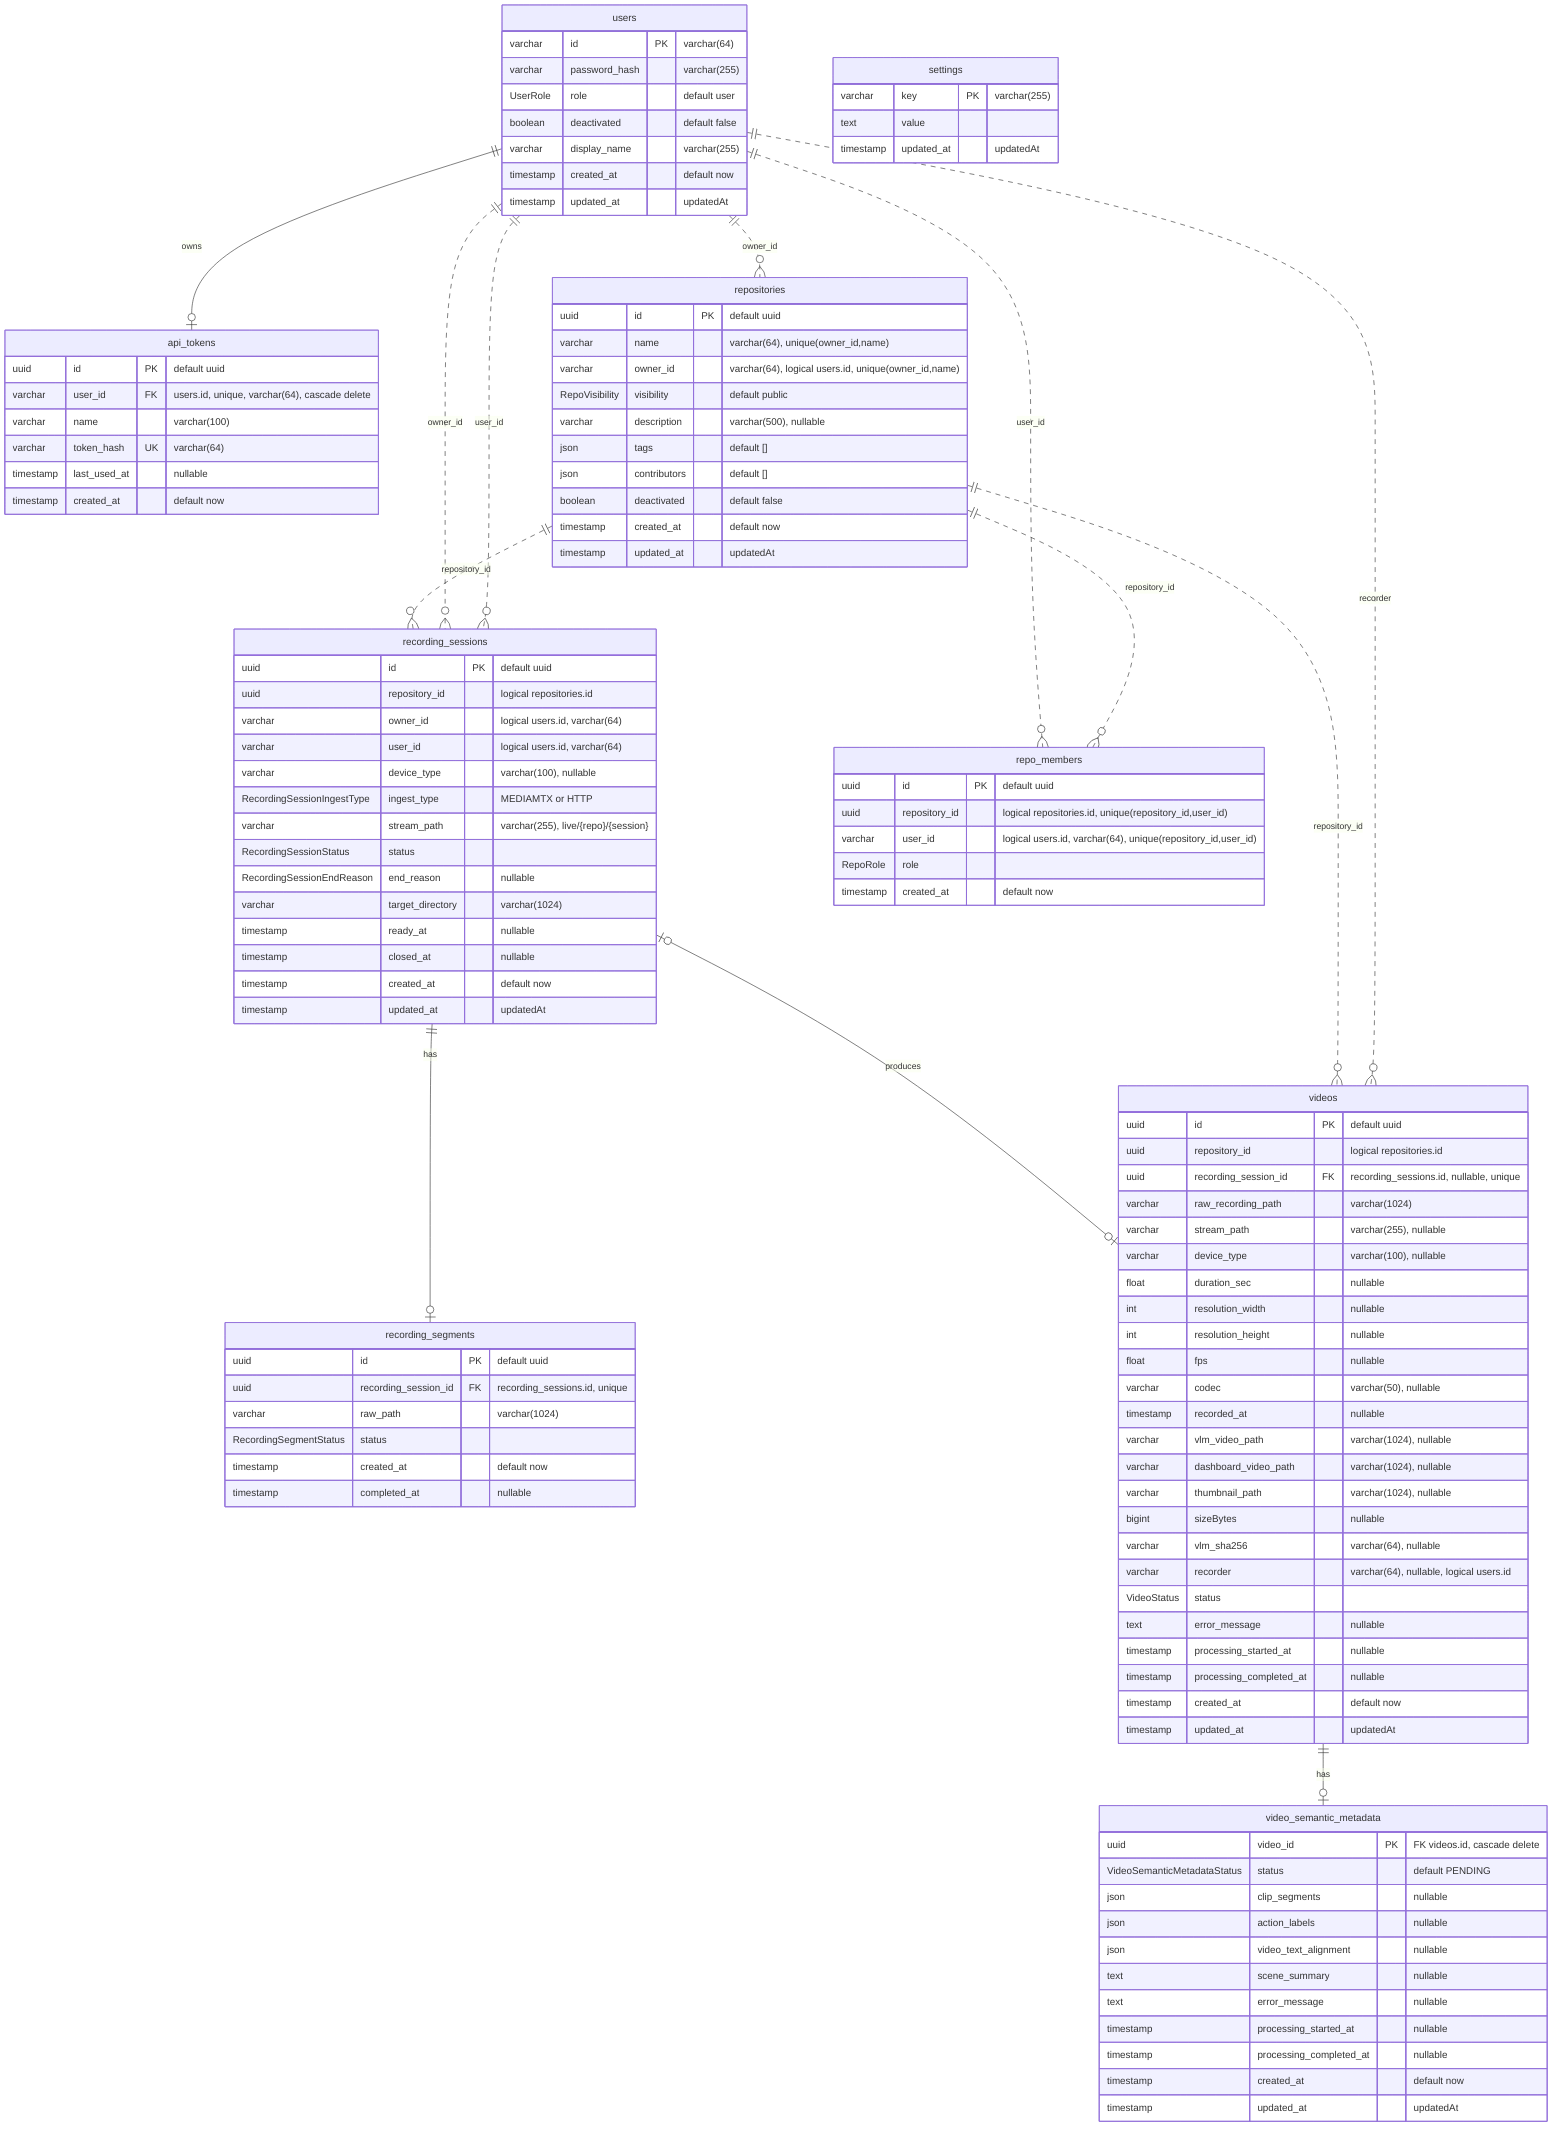
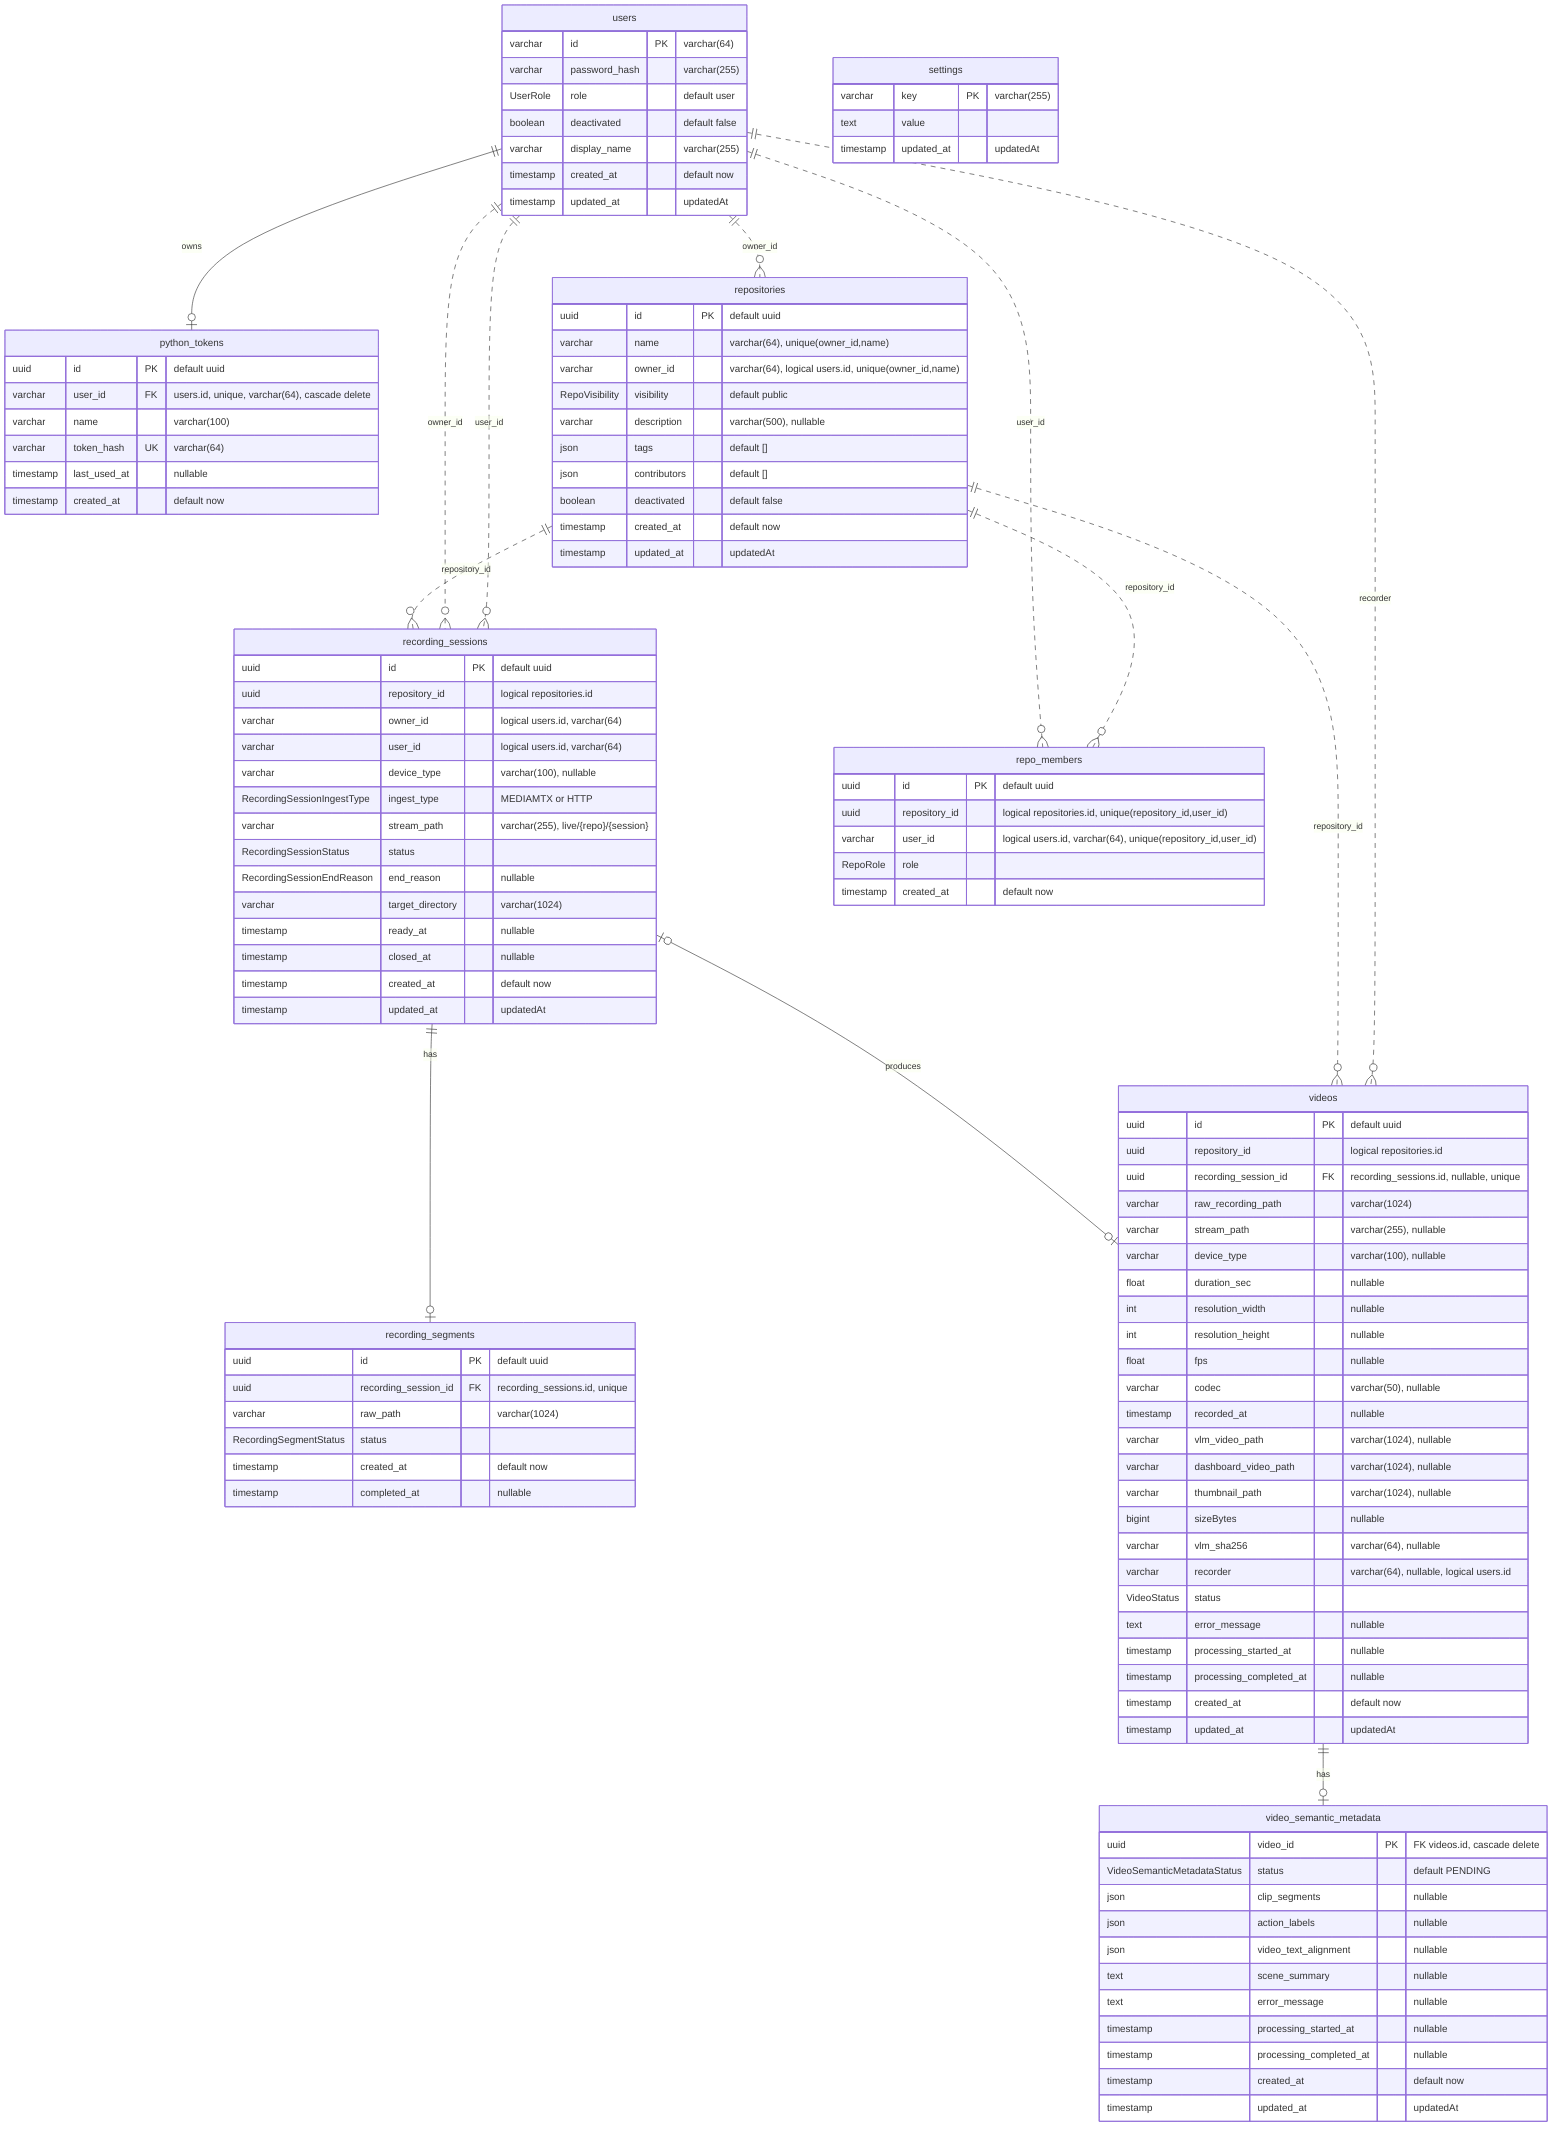
erDiagram
  %% Source of truth: backend/prisma/schema.prisma
  %% Solid lines are Prisma-declared relations that create DB-level references.
  %% Dotted lines are logical references stored as id fields without Prisma @relation.

-   users ||--o| api_tokens : owns
+   users ||--o| python_tokens : owns
  recording_sessions ||--o| recording_segments : has
  recording_sessions |o--o| videos : produces
  videos ||--o| video_semantic_metadata : has

  users ||..o{ repositories : owner_id
  users ||..o{ repo_members : user_id
  repositories ||..o{ repo_members : repository_id
  repositories ||..o{ recording_sessions : repository_id
  users ||..o{ recording_sessions : owner_id
  users ||..o{ recording_sessions : user_id
  repositories ||..o{ videos : repository_id
  users ||..o{ videos : recorder

  users {
    varchar id PK "varchar(64)"
    varchar password_hash "varchar(255)"
    UserRole role "default user"
    boolean deactivated "default false"
    varchar display_name "varchar(255)"
    timestamp created_at "default now"
    timestamp updated_at "updatedAt"
  }

-   api_tokens {
+   python_tokens {
    uuid id PK "default uuid"
    varchar user_id FK "users.id, unique, varchar(64), cascade delete"
    varchar name "varchar(100)"
    varchar token_hash UK "varchar(64)"
    timestamp last_used_at "nullable"
    timestamp created_at "default now"
  }

  settings {
    varchar key PK "varchar(255)"
    text value
    timestamp updated_at "updatedAt"
  }

  repositories {
    uuid id PK "default uuid"
    varchar name "varchar(64), unique(owner_id,name)"
    varchar owner_id "varchar(64), logical users.id, unique(owner_id,name)"
    RepoVisibility visibility "default public"
    varchar description "varchar(500), nullable"
    json tags "default []"
    json contributors "default []"
    boolean deactivated "default false"
    timestamp created_at "default now"
    timestamp updated_at "updatedAt"
  }

  repo_members {
    uuid id PK "default uuid"
    uuid repository_id "logical repositories.id, unique(repository_id,user_id)"
    varchar user_id "logical users.id, varchar(64), unique(repository_id,user_id)"
    RepoRole role
    timestamp created_at "default now"
  }

  recording_sessions {
    uuid id PK "default uuid"
    uuid repository_id "logical repositories.id"
    varchar owner_id "logical users.id, varchar(64)"
    varchar user_id "logical users.id, varchar(64)"
    varchar device_type "varchar(100), nullable"
    RecordingSessionIngestType ingest_type "MEDIAMTX or HTTP"
    varchar stream_path "varchar(255), live/{repo}/{session}"
    RecordingSessionStatus status
    RecordingSessionEndReason end_reason "nullable"
    varchar target_directory "varchar(1024)"
    timestamp ready_at "nullable"
    timestamp closed_at "nullable"
    timestamp created_at "default now"
    timestamp updated_at "updatedAt"
  }

  recording_segments {
    uuid id PK "default uuid"
    uuid recording_session_id FK "recording_sessions.id, unique"
    varchar raw_path "varchar(1024)"
    RecordingSegmentStatus status
    timestamp created_at "default now"
    timestamp completed_at "nullable"
  }

  videos {
    uuid id PK "default uuid"
    uuid repository_id "logical repositories.id"
    uuid recording_session_id FK "recording_sessions.id, nullable, unique"
    varchar raw_recording_path "varchar(1024)"
    varchar stream_path "varchar(255), nullable"
    varchar device_type "varchar(100), nullable"
    float duration_sec "nullable"
    int resolution_width "nullable"
    int resolution_height "nullable"
    float fps "nullable"
    varchar codec "varchar(50), nullable"
    timestamp recorded_at "nullable"
    varchar vlm_video_path "varchar(1024), nullable"
    varchar dashboard_video_path "varchar(1024), nullable"
    varchar thumbnail_path "varchar(1024), nullable"
    bigint sizeBytes "nullable"
    varchar vlm_sha256 "varchar(64), nullable"
    varchar recorder "varchar(64), nullable, logical users.id"
    VideoStatus status
    text error_message "nullable"
    timestamp processing_started_at "nullable"
    timestamp processing_completed_at "nullable"
    timestamp created_at "default now"
    timestamp updated_at "updatedAt"
  }

  video_semantic_metadata {
    uuid video_id PK "FK videos.id, cascade delete"
    VideoSemanticMetadataStatus status "default PENDING"
    json clip_segments "nullable"
    json action_labels "nullable"
    json video_text_alignment "nullable"
    text scene_summary "nullable"
    text error_message "nullable"
    timestamp processing_started_at "nullable"
    timestamp processing_completed_at "nullable"
    timestamp created_at "default now"
    timestamp updated_at "updatedAt"
  }

  %% Enums:
  %% UserRole: admin, user
  %% RepoVisibility: public, private
  %% RepoRole: read, maintain, admin
  %% VideoStatus: PROCESSING, COMPLETED, FAILED
  %% VideoSemanticMetadataStatus: PENDING, PROCESSING, COMPLETED, FAILED
  %% RecordingSessionStatus: PENDING, STREAMING, CLOSED
  %% RecordingSessionIngestType: MEDIAMTX, HTTP
  %% RecordingSessionEndReason:
  %%   NORMAL_DISCONNECT, UNEXPECTED_DISCONNECT, ACCESS_FORBIDDEN,
  %%   REPOSITORY_DELETED, INTERNAL_ERROR
  %% RecordingSegmentStatus: WRITING, WRITE_DONE, PROCESSING, COMPLETED, FAILED

  %% Unique constraints:
-   %% api_tokens.user_id
-   %% api_tokens.token_hash
+   %% python_tokens.user_id
+   %% python_tokens.token_hash
  %% repositories(owner_id, name)
  %% repo_members(repository_id, user_id)
  %% recording_segments.recording_session_id
  %% videos.recording_session_id

  %% Indexes:
  %% repositories.owner_id -> idx_repos_owner_id
  %% repositories.visibility -> idx_repos_visibility
  %% repositories.deactivated -> idx_repos_deactivated
  %% repo_members.repository_id -> idx_repo_members_repo_id
  %% repo_members.user_id -> idx_repo_members_user_id
  %% recording_sessions(repository_id, status) -> idx_recording_sessions_repo_status
  %% recording_sessions(user_id, created_at) -> idx_recording_sessions_user_created_at
  %% recording_segments.status -> idx_recording_segments_status
  %% videos.status
  %% videos.repository_id -> idx_videos_repository_id
  %% videos.recorded_at -> idx_videos_recorded_at
  %% videos.recorder -> idx_videos_recorder
  %% videos.recording_session_id -> idx_videos_recording_session_id
  %% video_semantic_metadata.status -> idx_video_semantic_metadata_status
